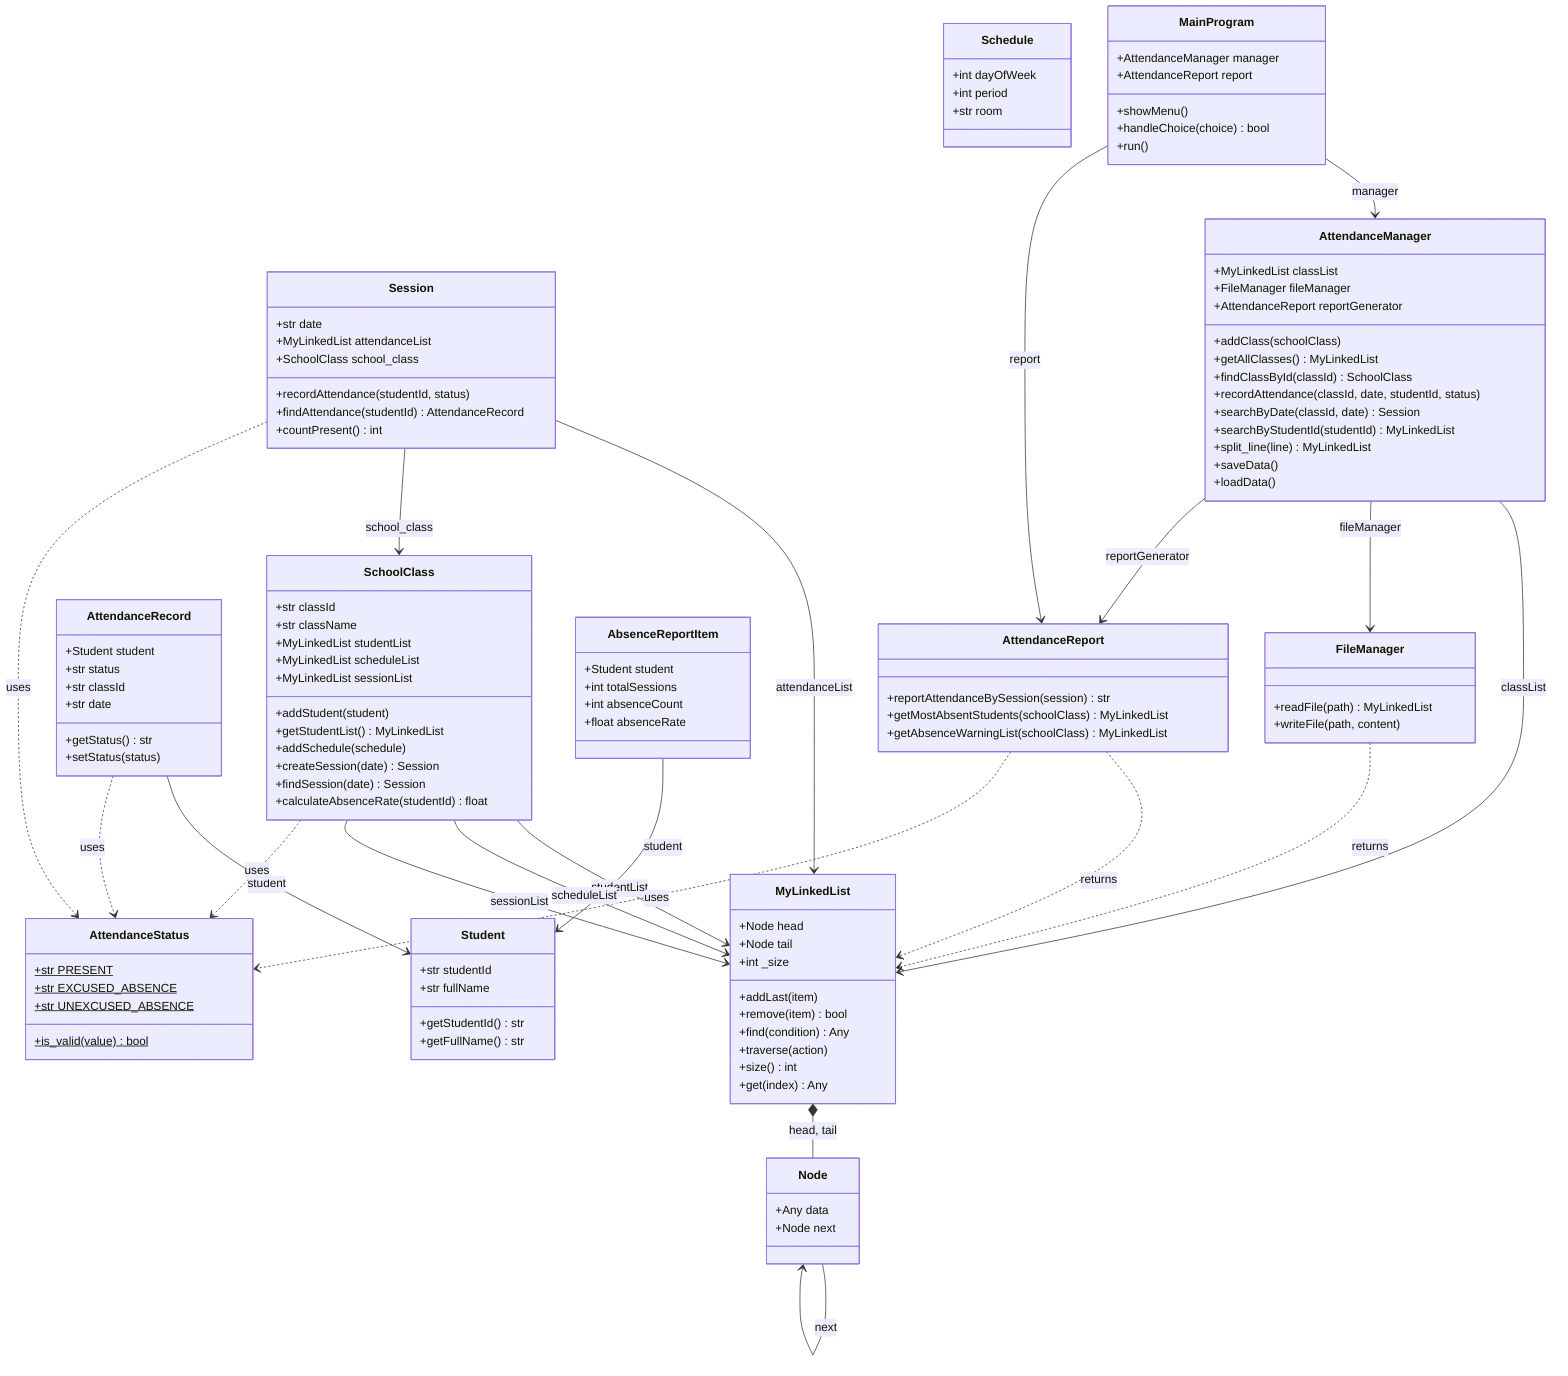
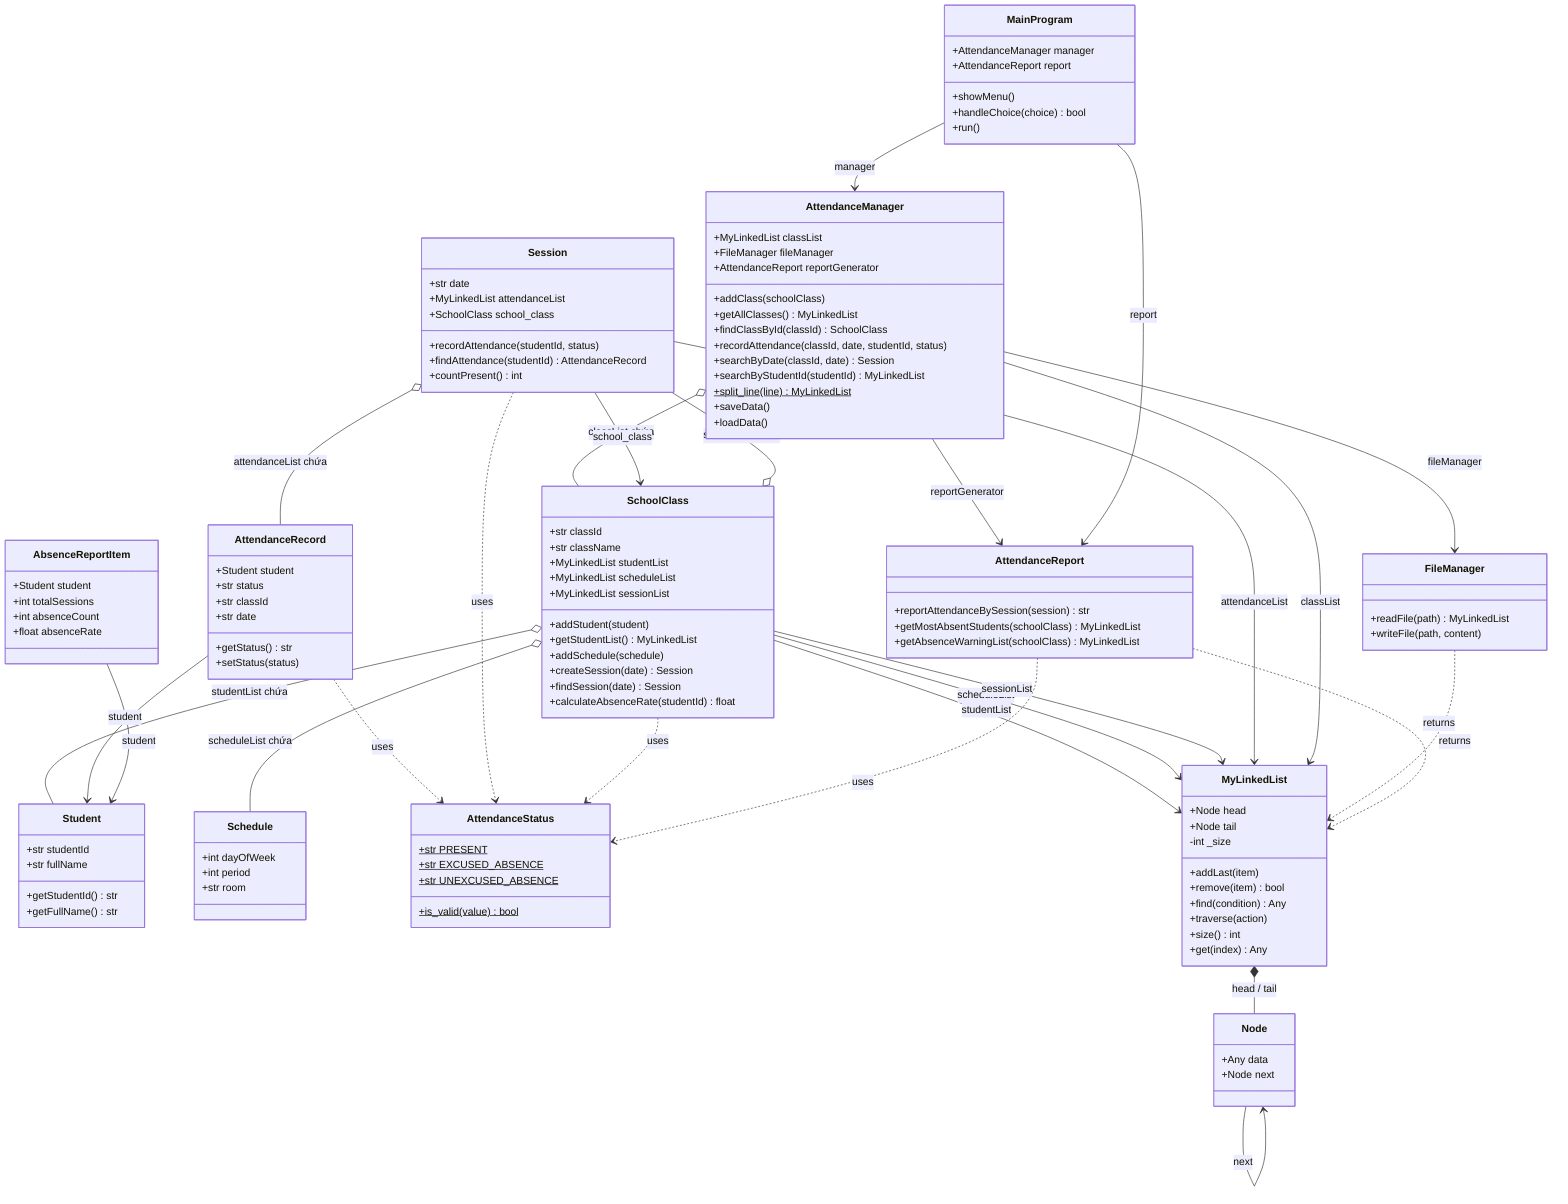
classDiagram
    class Student {
        +str studentId
        +str fullName
        +getStudentId() str
        +getFullName() str
    }
+ 
+     class Schedule {
+         +int dayOfWeek
+         +int period
+         +str room
+     }
+ 
+     class AttendanceStatus {
+         +str PRESENT$
+         +str EXCUSED_ABSENCE$
+         +str UNEXCUSED_ABSENCE$
+         +is_valid(value)$ bool
+     }
+ 
+     class Node {
+         +Any data
+         +Node next
+     }
+ 
+     class MyLinkedList {
+         +Node head
+         +Node tail
+         -int _size
+         +addLast(item)
+         +remove(item) bool
+         +find(condition) Any
+         +traverse(action)
+         +size() int
+         +get(index) Any
+     }
+ 
+     class AttendanceRecord {
+         +Student student
+         +str status
+         +str classId
+         +str date
+         +getStatus() str
+         +setStatus(status)
+     }
+ 
    class Session {
        +str date
        +MyLinkedList attendanceList
        +SchoolClass school_class
        +recordAttendance(studentId, status)
        +findAttendance(studentId) AttendanceRecord
        +countPresent() int
    }
+ 
    class SchoolClass {
        +str classId
        +str className
        +MyLinkedList studentList
        +MyLinkedList scheduleList
        +MyLinkedList sessionList
        +addStudent(student)
        +getStudentList() MyLinkedList
        +addSchedule(schedule)
        +createSession(date) Session
        +findSession(date) Session
        +calculateAbsenceRate(studentId) float
    }
-     class Schedule {
-         +int dayOfWeek
-         +int period
-         +str room
+ 
+     class AbsenceReportItem {
+         +Student student
+         +int totalSessions
+         +int absenceCount
+         +float absenceRate
    }
-     class AttendanceRecord {
-         +Student student
-         +str status
-         +str classId
-         +str date
-         +getStatus() str
-         +setStatus(status)
+ 
+     class AttendanceReport {
+         +reportAttendanceBySession(session) str
+         +getMostAbsentStudents(schoolClass) MyLinkedList
+         +getAbsenceWarningList(schoolClass) MyLinkedList
    }
-     class Node {
-         +Any data
-         +Node next
+ 
+     class FileManager {
+         +readFile(path) MyLinkedList
+         +writeFile(path, content)
    }
-     class MyLinkedList {
-         +Node head
-         +Node tail
-         +int _size
-         +addLast(item)
-         +remove(item) bool
-         +find(condition) Any
-         +traverse(action)
-         +size() int
-         +get(index) Any
-     }
-     class AttendanceStatus {
-         +str PRESENT$
-         +str EXCUSED_ABSENCE$
-         +str UNEXCUSED_ABSENCE$
-         +is_valid(value)$ bool
-     }
+ 
    class AttendanceManager {
        +MyLinkedList classList
        +FileManager fileManager
        +AttendanceReport reportGenerator
        +addClass(schoolClass)
        +getAllClasses() MyLinkedList
        +findClassById(classId) SchoolClass
        +recordAttendance(classId, date, studentId, status)
        +searchByDate(classId, date) Session
        +searchByStudentId(studentId) MyLinkedList
-         +split_line(line) MyLinkedList
+         +split_line(line)$ MyLinkedList
        +saveData()
        +loadData()
    }
-     class FileManager {
-         +readFile(path) MyLinkedList
-         +writeFile(path, content)
-     }
-     class AbsenceReportItem {
-         +Student student
-         +int totalSessions
-         +int absenceCount
-         +float absenceRate
-     }
-     class AttendanceReport {
-         +reportAttendanceBySession(session) str
-         +getMostAbsentStudents(schoolClass) MyLinkedList
-         +getAbsenceWarningList(schoolClass) MyLinkedList
-     }
+ 
    class MainProgram {
        +AttendanceManager manager
        +AttendanceReport report
        +showMenu()
        +handleChoice(choice) bool
        +run()
    }

-     %% MyLinkedList internal structure
-     MyLinkedList *-- Node : head, tail
+     %% ─── MyLinkedList internal ───────────────────────────────────────────
+     MyLinkedList *-- Node : head / tail
    Node --> Node : next

-     %% Classes holding MyLinkedList as attributes (association)
+     %% ─── Classes that hold a MyLinkedList as an attribute ───────────────
    SchoolClass --> MyLinkedList : studentList
    SchoolClass --> MyLinkedList : scheduleList
    SchoolClass --> MyLinkedList : sessionList
    Session --> MyLinkedList : attendanceList
    AttendanceManager --> MyLinkedList : classList

-     %% Classes returning MyLinkedList from methods (dependency)
+     %% ─── Element types stored inside each MyLinkedList ─────────────────
+     SchoolClass o-- Student : studentList chứa
+     SchoolClass o-- Schedule : scheduleList chứa
+     SchoolClass o-- Session : sessionList chứa
+     Session o-- AttendanceRecord : attendanceList chứa
+     AttendanceManager o-- SchoolClass : classList chứa
+ 
+     %% ─── Classes that only return MyLinkedList (no stored attribute) ─────
    FileManager ..> MyLinkedList : returns
    AttendanceReport ..> MyLinkedList : returns

-     %% Back-reference: Session knows its parent SchoolClass
+     %% ─── Object references stored as attributes ─────────────────────────
    Session --> SchoolClass : school_class
- 
-     %% Direct object references
    AttendanceRecord --> Student : student
    AbsenceReportItem --> Student : student
- 
-     %% Service-level associations
    AttendanceManager --> FileManager : fileManager
    AttendanceManager --> AttendanceReport : reportGenerator
    MainProgram --> AttendanceManager : manager
    MainProgram --> AttendanceReport : report

-     %% AttendanceStatus usage (dependency)
+     %% ─── AttendanceStatus usage (dùng trong method, không lưu attribute) ─
    AttendanceRecord ..> AttendanceStatus : uses
    Session ..> AttendanceStatus : uses
    SchoolClass ..> AttendanceStatus : uses
    AttendanceReport ..> AttendanceStatus : uses
